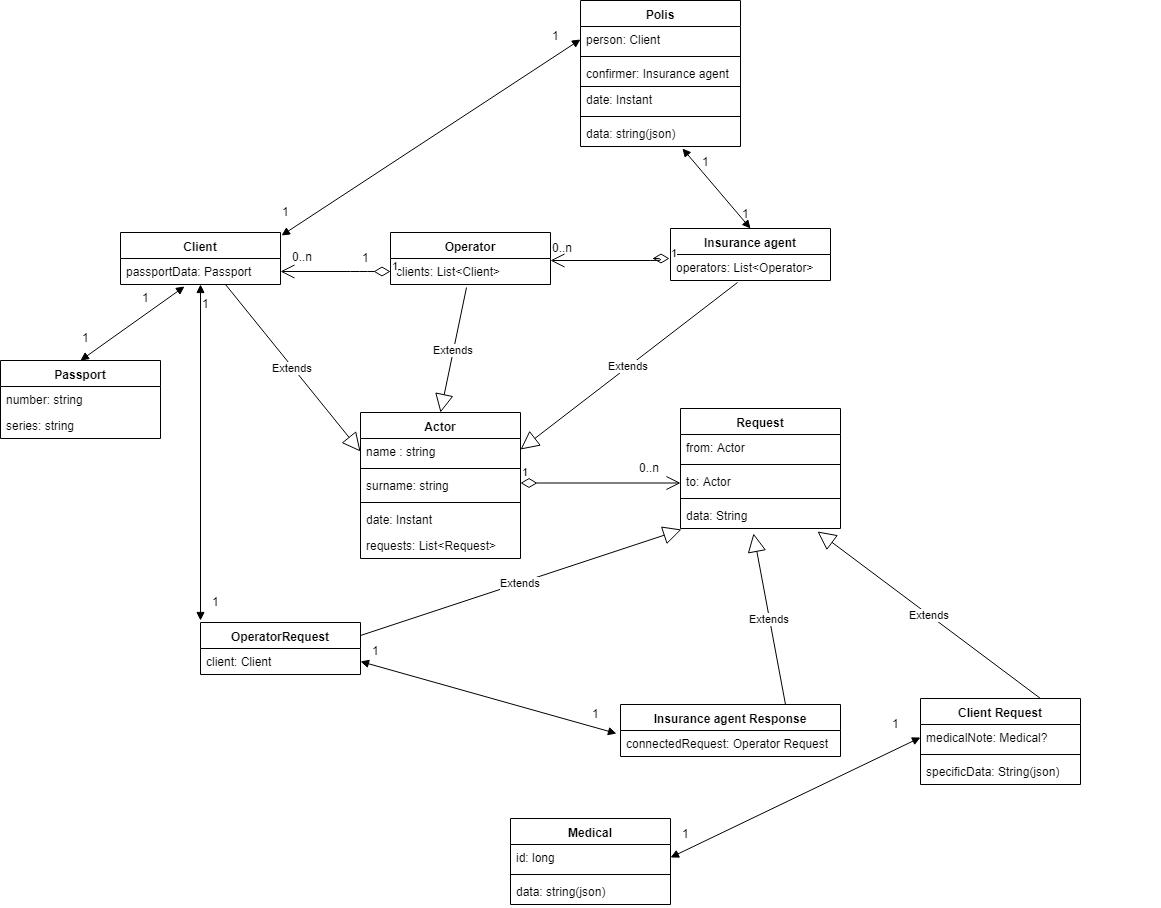
Earlier version of the draw.io export diagrams/static.png (Lorismelik/Software-architecture-design). Source tidied: cells renumbered, new cells last; positions are measured from the earlier drawing's top-left corner, leaving out a move shared by most shapes.
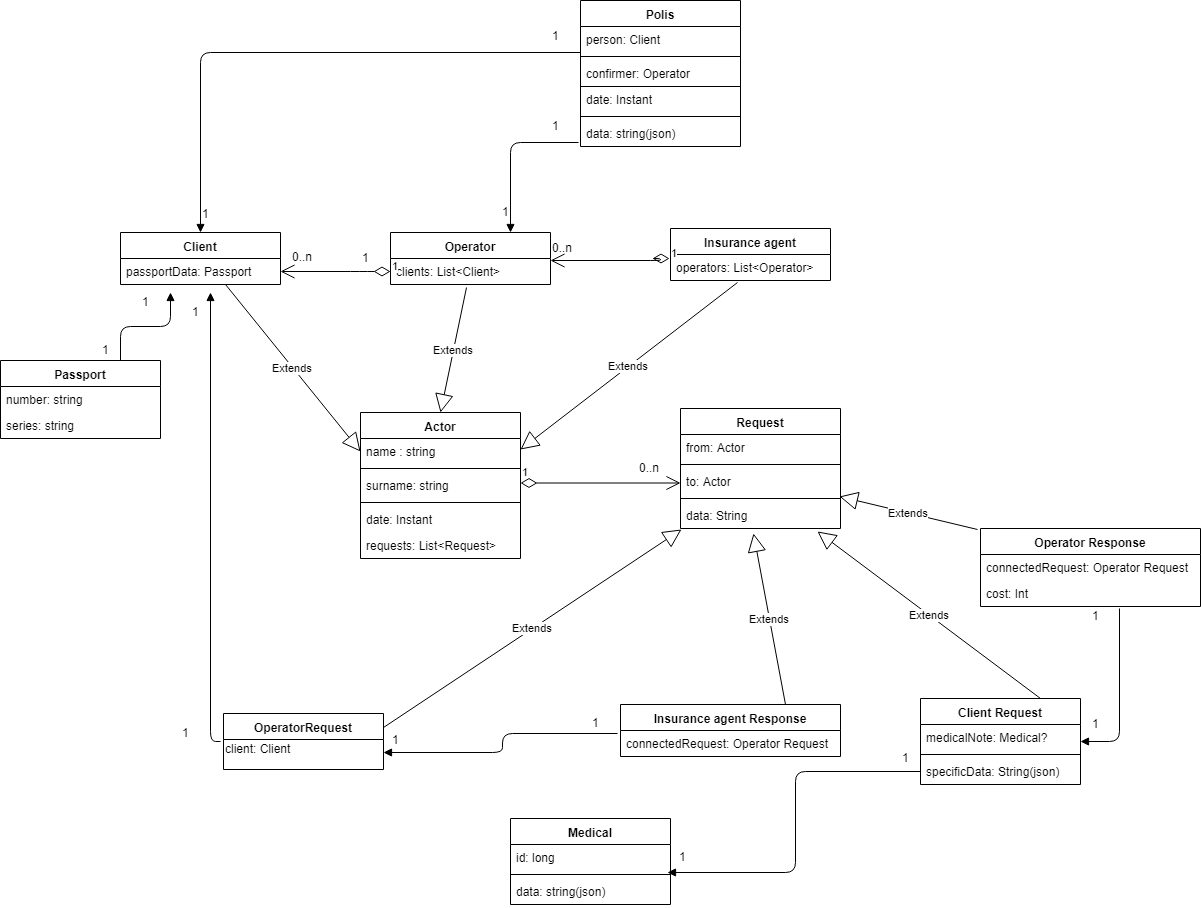
The same file after the commit.

What changed in the source:
```diff
@@ -36,10 +36,10 @@
       <mxGeometry y="26" width="160" height="26" as="geometry" />
     </mxCell>
     <mxCell id="13" value="1" style="text;html=1;align=left;verticalAlign=top;spacingTop=-4;" parent="10" vertex="1">
-      <mxGeometry x="20" y="56" width="20" height="20" as="geometry" />
+      <mxGeometry x="20" y="60" width="20" height="20" as="geometry" />
     </mxCell>
     <mxCell id="14" value="1" style="text;html=1;align=left;verticalAlign=top;spacingTop=-4;" parent="10" vertex="1">
-      <mxGeometry x="80" y="62" width="20" height="20" as="geometry" />
+      <mxGeometry x="70" y="70" width="20" height="20" as="geometry" />
     </mxCell>
     <mxCell id="15" style="group;" parent="1" vertex="1">
       <mxGeometry x="290" y="142" width="160" height="120" as="geometry" />
@@ -102,7 +102,7 @@
       <mxGeometry y="60" width="160" height="26" as="geometry" />
     </mxCell>
     <mxCell id="35" value="1" style="text;html=1;align=left;verticalAlign=top;spacingTop=-4;" parent="1" vertex="1">
-      <mxGeometry x="80" y="328" width="20" height="20" as="geometry" />
+      <mxGeometry x="100" y="340" width="20" height="20" as="geometry" />
     </mxCell>
     <mxCell id="36" style="group;" parent="1" vertex="1">
       <mxGeometry x="920" y="698" width="160" height="120" as="geometry" />
@@ -140,7 +140,7 @@
     <mxCell id="47" style="line;strokeWidth=1;fillColor=none;align=left;verticalAlign=middle;spacingTop=-1;spacingLeft=3;spacingRight=3;labelPosition=right;" parent="45" vertex="1">
       <mxGeometry y="52" width="160" height="8" as="geometry" />
     </mxCell>
-    <mxCell id="48" value="confirmer: Insurance agent" style="text;strokeColor=none;fillColor=none;align=left;verticalAlign=top;spacingLeft=4;spacingRight=4;overflow=hidden;points=[[0,0.5],[1,0.5]];portConstraint=eastwest;" parent="45" vertex="1">
+    <mxCell id="48" value="confirmer: Operator" style="text;strokeColor=none;fillColor=none;align=left;verticalAlign=top;spacingLeft=4;spacingRight=4;overflow=hidden;points=[[0,0.5],[1,0.5]];portConstraint=eastwest;" parent="45" vertex="1">
       <mxGeometry y="60" width="160" height="26" as="geometry" />
     </mxCell>
     <mxCell id="49" value="date: Instant" style="text;strokeColor=none;fillColor=none;align=left;verticalAlign=top;spacingLeft=4;spacingRight=4;overflow=hidden;" parent="45" vertex="1">
@@ -167,38 +167,26 @@
     <mxCell id="56" value="Extends" style="endArrow=block;endSize=16;endFill=0;html=1;entryX=0.456;entryY=1.192;entryDx=0;entryDy=0;entryPerimeter=0;exitX=0.75;exitY=0;exitDx=0;exitDy=0;" parent="1" edge="1" source="54" target="30">
       <mxGeometry relative="1" as="geometry" />
     </mxCell>
-    <mxCell id="57" style="endArrow=block;startArrow=block;endFill=1;startFill=1;html=1;exitX=0.5;exitY=1;exitDx=0;exitDy=0;entryX=0;entryY=-0.038;entryDx=0;entryDy=0;entryPerimeter=0;" parent="1" edge="1" source="11" target="71">
-      <mxGeometry relative="1" as="geometry" />
-    </mxCell>
     <mxCell id="58" value="1" style="text;html=1;align=left;verticalAlign=top;spacingTop=-4;" parent="1" vertex="1">
-      <mxGeometry x="210" y="592" width="20" height="20" as="geometry" />
+      <mxGeometry x="180" y="723" width="20" height="20" as="geometry" />
     </mxCell>
-    <mxCell id="59" style="endArrow=block;startArrow=block;endFill=1;startFill=1;html=1;exitX=1.006;exitY=0.058;exitDx=0;exitDy=0;exitPerimeter=0;entryX=0;entryY=0.5;entryDx=0;entryDy=0;" parent="1" edge="1" source="11" target="46">
-      <mxGeometry relative="1" as="geometry" />
-    </mxCell>
     <mxCell id="60" value="1" style="text;html=1;align=left;verticalAlign=top;spacingTop=-4;" parent="1" vertex="1">
       <mxGeometry x="550" y="26" width="20" height="20" as="geometry" />
     </mxCell>
     <mxCell id="61" value="1" style="text;html=1;align=left;verticalAlign=top;spacingTop=-4;" parent="1" vertex="1">
-      <mxGeometry x="280" y="202" width="20" height="20" as="geometry" />
+      <mxGeometry x="200" y="204" width="20" height="20" as="geometry" />
     </mxCell>
-    <mxCell id="62" style="endArrow=block;startArrow=block;endFill=1;startFill=1;html=1;exitX=0.5;exitY=0;exitDx=0;exitDy=0;entryX=0.638;entryY=1.077;entryDx=0;entryDy=0;entryPerimeter=0;" parent="1" edge="1" source="19" target="51">
-      <mxGeometry relative="1" as="geometry" />
-    </mxCell>
     <mxCell id="63" value="1" style="text;html=1;align=left;verticalAlign=top;spacingTop=-4;" parent="1" vertex="1">
-      <mxGeometry x="740" y="204" width="20" height="20" as="geometry" />
+      <mxGeometry x="500" y="202" width="20" height="20" as="geometry" />
     </mxCell>
     <mxCell id="64" value="1" style="text;html=1;align=left;verticalAlign=top;spacingTop=-4;" parent="1" vertex="1">
-      <mxGeometry x="700" y="152" width="20" height="20" as="geometry" />
+      <mxGeometry x="550" y="116" width="20" height="20" as="geometry" />
     </mxCell>
-    <mxCell id="65" style="endArrow=block;startArrow=block;endFill=1;startFill=1;html=1;exitX=1;exitY=0.5;exitDx=0;exitDy=0;entryX=0;entryY=0.5;entryDx=0;entryDy=0;" parent="1" edge="1" source="32" target="38">
-      <mxGeometry relative="1" as="geometry" />
-    </mxCell>
     <mxCell id="66" value="1" style="text;html=1;align=left;verticalAlign=top;spacingTop=-4;" parent="1" vertex="1">
-      <mxGeometry x="890" y="714" width="20" height="20" as="geometry" />
+      <mxGeometry x="900" y="748" width="20" height="20" as="geometry" />
     </mxCell>
     <mxCell id="67" value="1" style="text;html=1;align=left;verticalAlign=top;spacingTop=-4;" parent="1" vertex="1">
-      <mxGeometry x="680" y="824" width="20" height="20" as="geometry" />
+      <mxGeometry x="677" y="847" width="20" height="20" as="geometry" />
     </mxCell>
     <mxCell id="68" value="0..n" style="text;html=1;align=left;verticalAlign=top;spacingTop=-4;" parent="1" vertex="1">
       <mxGeometry x="550" y="238" width="40" height="20" as="geometry" />
@@ -210,10 +198,10 @@
       <mxGeometry x="360" y="248" width="20" height="20" as="geometry" />
     </mxCell>
     <mxCell id="71" value="OperatorRequest&#10;" style="swimlane;fontStyle=1;align=center;verticalAlign=top;horizontal=1;startSize=26;" parent="1" vertex="1">
-      <mxGeometry x="200" y="622" width="160" height="52" as="geometry" />
+      <mxGeometry x="223" y="713" width="160" height="56" as="geometry" />
     </mxCell>
-    <mxCell id="72" value="client: Client&#10;" style="text;strokeColor=none;fillColor=none;align=left;verticalAlign=top;spacingLeft=4;spacingRight=4;overflow=hidden;points=[[0,0.5],[1,0.5]];portConstraint=eastwest;" parent="71" vertex="1">
-      <mxGeometry y="26" width="160" height="26" as="geometry" />
+    <mxCell id="72" value="client: Client&lt;br&gt;&lt;br&gt;" style="text;html=1;points=[];align=left;verticalAlign=top;spacingTop=-4;" parent="71" vertex="1">
+      <mxGeometry y="26" width="160" height="30" as="geometry" />
     </mxCell>
     <mxCell id="73" value="Passport" style="swimlane;fontStyle=1;align=center;verticalAlign=top;horizontal=1;startSize=26;" parent="1" vertex="1">
       <mxGeometry y="360" width="160" height="78" as="geometry" />
@@ -224,9 +212,6 @@
     <mxCell id="75" value="series: string" style="text;strokeColor=none;fillColor=none;align=left;verticalAlign=top;spacingLeft=4;spacingRight=4;overflow=hidden;" parent="73" vertex="1">
       <mxGeometry y="52" width="160" height="26" as="geometry" />
     </mxCell>
-    <mxCell id="76" style="endArrow=block;startArrow=block;endFill=1;startFill=1;html=1;exitX=0.4;exitY=1.077;exitDx=0;exitDy=0;exitPerimeter=0;entryX=0.5;entryY=0;entryDx=0;entryDy=0;" parent="1" edge="1" source="12" target="73">
-      <mxGeometry relative="1" as="geometry" />
-    </mxCell>
     <mxCell id="77" value="1" style="endArrow=open;html=1;endSize=12;startArrow=diamondThin;startSize=14;startFill=0;edgeStyle=orthogonalEdgeStyle;align=left;verticalAlign=bottom;" parent="1" edge="1">
       <mxGeometry x="-1" y="3" relative="1" as="geometry">
         <mxPoint x="520" y="482.5" as="sourcePoint" />
@@ -245,15 +230,9 @@
         </Array>
       </mxGeometry>
     </mxCell>
-    <mxCell id="80" style="endArrow=block;startArrow=block;endFill=1;startFill=1;html=1;exitX=1;exitY=0.5;exitDx=0;exitDy=0;entryX=-0.018;entryY=0.115;entryDx=0;entryDy=0;entryPerimeter=0;" parent="1" edge="1" source="72" target="55">
-      <mxGeometry relative="1" as="geometry" />
-    </mxCell>
     <mxCell id="81" value="1" style="text;html=1;align=left;verticalAlign=top;spacingTop=-4;" parent="1" vertex="1">
-      <mxGeometry x="370" y="641" width="20" height="20" as="geometry" />
+      <mxGeometry x="390" y="730" width="20" height="20" as="geometry" />
     </mxCell>
-    <mxCell id="82" value="1" style="text;html=1;align=left;verticalAlign=top;spacingTop=-4;direction=south;" parent="1" vertex="1">
-      <mxGeometry x="590" y="704" width="20" height="20" as="geometry" />
-    </mxCell>
     <mxCell id="83" value="1" style="endArrow=open;html=1;endSize=12;startArrow=diamondThin;startSize=14;startFill=0;edgeStyle=orthogonalEdgeStyle;align=left;verticalAlign=bottom;exitX=0;exitY=0.5;exitDx=0;exitDy=0;entryX=1;entryY=0.5;entryDx=0;entryDy=0;" parent="1" edge="1" source="18" target="12">
       <mxGeometry x="-1" y="3" relative="1" as="geometry">
         <Array as="points">
@@ -262,5 +241,78 @@
         </Array>
       </mxGeometry>
     </mxCell>
+    <mxCell id="84" style="endArrow=block;endFill=1;html=1;edgeStyle=orthogonalEdgeStyle;align=left;verticalAlign=top;exitX=-0.014;exitY=0.115;exitDx=0;exitDy=0;exitPerimeter=0;entryX=1;entryY=0.433;entryDx=0;entryDy=0;entryPerimeter=0;" parent="1" edge="1" source="55" target="72">
+      <mxGeometry x="-1" relative="1" as="geometry">
+        <Array as="points">
+          <mxPoint x="502" y="733" />
+          <mxPoint x="502" y="752" />
+        </Array>
+      </mxGeometry>
+    </mxCell>
+    <mxCell id="85" style="endArrow=block;endFill=1;html=1;edgeStyle=orthogonalEdgeStyle;align=left;verticalAlign=top;exitX=0;exitY=0.5;exitDx=0;exitDy=0;entryX=0.983;entryY=1.077;entryDx=0;entryDy=0;entryPerimeter=0;" parent="1" edge="1" source="40" target="32">
+      <mxGeometry x="-1" relative="1" as="geometry" />
+    </mxCell>
+    <mxCell id="86" style="endArrow=block;endFill=1;html=1;edgeStyle=orthogonalEdgeStyle;align=left;verticalAlign=top;exitX=0.632;exitY=1.077;exitDx=0;exitDy=0;exitPerimeter=0;entryX=1;entryY=0.5;entryDx=0;entryDy=0;" parent="1" edge="1" source="98" target="37">
+      <mxGeometry x="-1" relative="1" as="geometry">
+        <Array as="points">
+          <mxPoint x="1119" y="741" />
+        </Array>
+      </mxGeometry>
+    </mxCell>
+    <mxCell id="87" style="html=1;align=left;verticalAlign=bottom;labelBackgroundColor=#ffffff;fontSize=10;" parent="86" vertex="1">
+      <mxGeometry x="-1" relative="1" as="geometry" />
+    </mxCell>
+    <mxCell id="88" style="endArrow=block;endFill=1;html=1;edgeStyle=orthogonalEdgeStyle;align=left;verticalAlign=top;exitX=-0.019;exitY=0.067;exitDx=0;exitDy=0;exitPerimeter=0;" parent="1" edge="1" source="72">
+      <mxGeometry x="-1" relative="1" as="geometry">
+        <mxPoint x="210" y="292" as="targetPoint" />
+        <Array as="points">
+          <mxPoint x="210" y="741" />
+        </Array>
+      </mxGeometry>
+    </mxCell>
+    <mxCell id="89" style="html=1;align=left;verticalAlign=bottom;labelBackgroundColor=#ffffff;fontSize=10;" parent="88" vertex="1">
+      <mxGeometry x="-1" relative="1" as="geometry" />
+    </mxCell>
+    <mxCell id="90" style="endArrow=block;endFill=1;html=1;edgeStyle=orthogonalEdgeStyle;align=left;verticalAlign=top;exitX=0.75;exitY=0;exitDx=0;exitDy=0;" parent="1" edge="1" source="73">
+      <mxGeometry x="-1" relative="1" as="geometry">
+        <mxPoint x="170" y="292" as="targetPoint" />
+      </mxGeometry>
+    </mxCell>
+    <mxCell id="91" style="html=1;align=left;verticalAlign=bottom;labelBackgroundColor=#ffffff;fontSize=10;" parent="90" vertex="1">
+      <mxGeometry x="-1" relative="1" as="geometry" />
+    </mxCell>
+    <mxCell id="92" style="endArrow=block;endFill=1;html=1;edgeStyle=orthogonalEdgeStyle;align=left;verticalAlign=top;exitX=0;exitY=-0.308;exitDx=0;exitDy=0;exitPerimeter=0;entryX=0.5;entryY=0;entryDx=0;entryDy=0;" parent="1" edge="1" source="48" target="11">
+      <mxGeometry x="-1" relative="1" as="geometry" />
+    </mxCell>
+    <mxCell id="93" style="html=1;align=left;verticalAlign=bottom;labelBackgroundColor=#ffffff;fontSize=10;" parent="92" vertex="1">
+      <mxGeometry x="-1" relative="1" as="geometry" />
+    </mxCell>
+    <mxCell id="94" style="endArrow=block;endFill=1;html=1;edgeStyle=orthogonalEdgeStyle;align=left;verticalAlign=top;entryX=0.75;entryY=0;entryDx=0;entryDy=0;exitX=-0.012;exitY=0.846;exitDx=0;exitDy=0;exitPerimeter=0;" parent="1" edge="1" source="51" target="17">
+      <mxGeometry x="-1" relative="1" as="geometry" />
+    </mxCell>
+    <mxCell id="95" style="html=1;align=left;verticalAlign=bottom;labelBackgroundColor=#ffffff;fontSize=10;" parent="94" vertex="1">
+      <mxGeometry x="-1" relative="1" as="geometry" />
+    </mxCell>
+    <mxCell id="96" value="Operator Response&#10;" style="swimlane;fontStyle=1;align=center;verticalAlign=top;horizontal=1;startSize=26;" parent="1" vertex="1">
+      <mxGeometry x="980" y="528" width="220" height="78" as="geometry" />
+    </mxCell>
+    <mxCell id="97" value="connectedRequest: Operator Request" style="text;strokeColor=none;fillColor=none;align=left;verticalAlign=top;spacingLeft=4;spacingRight=4;overflow=hidden;" parent="96" vertex="1">
+      <mxGeometry y="26" width="220" height="26" as="geometry" />
+    </mxCell>
+    <mxCell id="98" value="cost: Int" style="text;strokeColor=none;fillColor=none;align=left;verticalAlign=top;spacingLeft=4;spacingRight=4;overflow=hidden;points=[[0,0.5],[1,0.5]];portConstraint=eastwest;" parent="96" vertex="1">
+      <mxGeometry y="52" width="220" height="26" as="geometry" />
+    </mxCell>
+    <mxCell id="99" value="Extends" style="endArrow=block;endSize=16;endFill=0;html=1;entryX=0.994;entryY=0.25;entryDx=0;entryDy=0;entryPerimeter=0;exitX=-0.014;exitY=0.013;exitDx=0;exitDy=0;exitPerimeter=0;" parent="1" edge="1" source="96" target="29">
+      <mxGeometry relative="1" as="geometry" />
+    </mxCell>
+    <mxCell id="100" value="1" style="text;html=1;align=left;verticalAlign=top;spacingTop=-4;" parent="1" vertex="1">
+      <mxGeometry x="1090" y="714" width="20" height="20" as="geometry" />
+    </mxCell>
+    <mxCell id="101" value="1" style="text;html=1;align=left;verticalAlign=top;spacingTop=-4;" parent="1" vertex="1">
+      <mxGeometry x="1090" y="606" width="20" height="20" as="geometry" />
+    </mxCell>
+    <mxCell id="102" value="1" style="text;html=1;align=left;verticalAlign=top;spacingTop=-4;" parent="1" vertex="1">
+      <mxGeometry x="590" y="713" width="20" height="20" as="geometry" />
+    </mxCell>
   </root>
 </mxGraphModel>
```
